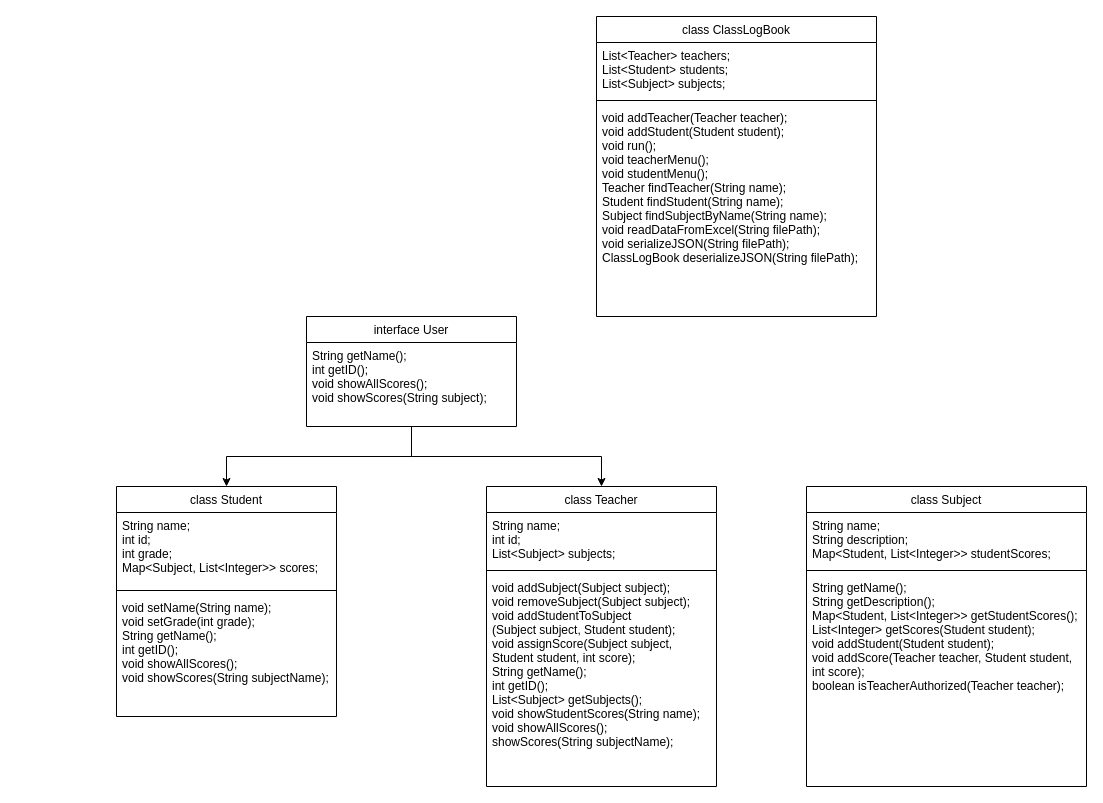
Before: page "Structure" (1 of 6) of cooljournal.drawio in LebGes-classes/java-io-vockagolordy, a draw.io diagram. Source tidied: cells renumbered, new cells numbered last; positions are measured from the earlier drawing's top-left corner, leaving out a move shared by most shapes. Both pictures are drawn from the tidied source at 100%, with x=0, y=0 at pixel (116, 16).
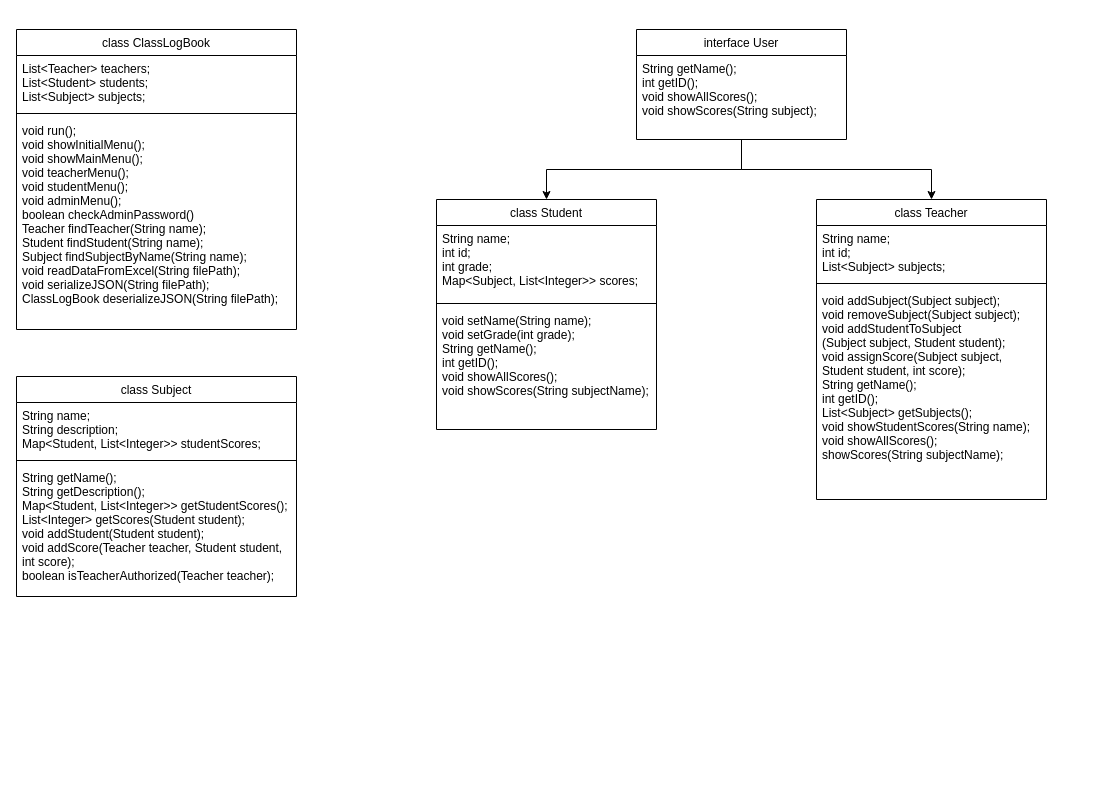
The same page after the edit.

The edit, as a diff of the source:
```diff
@@
     <mxCell id="2" value="class Student" style="swimlane;fontStyle=0;align=center;verticalAlign=top;horizontal=1;startSize=26;rounded=0;shadow=0;strokeWidth=1;" parent="1" vertex="1">
-      <mxGeometry y="470" width="220" height="230" as="geometry" />
+      <mxGeometry x="320" y="183" width="220" height="230" as="geometry" />
     </mxCell>
@@
     <mxCell id="6" value="class Teacher" style="swimlane;fontStyle=0;align=center;verticalAlign=top;horizontal=1;startSize=26;rounded=0;shadow=0;strokeWidth=1;" parent="1" vertex="1">
-      <mxGeometry x="370" y="470" width="230" height="300" as="geometry" />
+      <mxGeometry x="700" y="183" width="230" height="300" as="geometry" />
     </mxCell>
@@
     <mxCell id="12" value="interface User" style="swimlane;fontStyle=0;align=center;verticalAlign=top;horizontal=1;startSize=26;rounded=0;shadow=0;strokeWidth=1;" parent="1" vertex="1">
-      <mxGeometry x="190" y="300" width="210" height="110" as="geometry" />
+      <mxGeometry x="520" y="13" width="210" height="110" as="geometry" />
     </mxCell>
@@
     <mxCell id="14" value="class Subject" style="swimlane;fontStyle=0;align=center;verticalAlign=top;horizontal=1;startSize=26;rounded=0;shadow=0;strokeWidth=1;" parent="1" vertex="1">
-      <mxGeometry x="690" y="470" width="280" height="300" as="geometry" />
+      <mxGeometry x="-100" y="360" width="280" height="220" as="geometry" />
     </mxCell>
@@
     <mxCell id="17" value="String getName();&#10;String getDescription();&#10;Map&lt;Student, List&lt;Integer&gt;&gt; getStudentScores();&#10;List&lt;Integer&gt; getScores(Student student);&#10;void addStudent(Student student);&#10;void addScore(Teacher teacher, Student student, &#10;int score);&#10;boolean isTeacherAuthorized(Teacher teacher);" style="text;align=left;verticalAlign=top;spacingLeft=4;spacingRight=4;overflow=hidden;" parent="14" vertex="1">
-      <mxGeometry y="88" width="280" height="212" as="geometry" />
+      <mxGeometry y="88" width="280" height="132" as="geometry" />
     </mxCell>
     <mxCell id="18" value="class ClassLogBook" style="swimlane;fontStyle=0;align=center;verticalAlign=top;horizontal=1;startSize=26;rounded=0;shadow=0;strokeWidth=1;" parent="1" vertex="1">
-      <mxGeometry x="480" width="280" height="300" as="geometry" />
+      <mxGeometry x="-100" y="13" width="280" height="300" as="geometry" />
     </mxCell>
@@
-    <mxCell id="21" value="void addTeacher(Teacher teacher);&#10;void addStudent(Student student);&#10;void run();&#10;void teacherMenu();&#10;void studentMenu();&#10;Teacher findTeacher(String name);&#10;Student findStudent(String name);&#10;Subject findSubjectByName(String name);&#10;void readDataFromExcel(String filePath);&#10;void serializeJSON(String filePath);&#10;ClassLogBook deserializeJSON(String filePath);" style="text;align=left;verticalAlign=top;spacingLeft=4;spacingRight=4;overflow=hidden;" parent="18" vertex="1">
-      <mxGeometry y="88" width="280" height="212" as="geometry" />
-    </mxCell>
+    <mxCell id="22" value="void run();&#10;void showInitialMenu();&#10;void showMainMenu();&#10;void teacherMenu();&#10;void studentMenu();&#10;void adminMenu();&#10;boolean checkAdminPassword()&#10;Teacher findTeacher(String name);&#10;Student findStudent(String name);&#10;Subject findSubjectByName(String name);&#10;void readDataFromExcel(String filePath);&#10;void serializeJSON(String filePath);&#10;ClassLogBook deserializeJSON(String filePath);" style="text;align=left;verticalAlign=top;spacingLeft=4;spacingRight=4;overflow=hidden;" parent="18" vertex="1">
+      <mxGeometry y="88" width="280" height="212" as="geometry" />
+    </mxCell>
```
